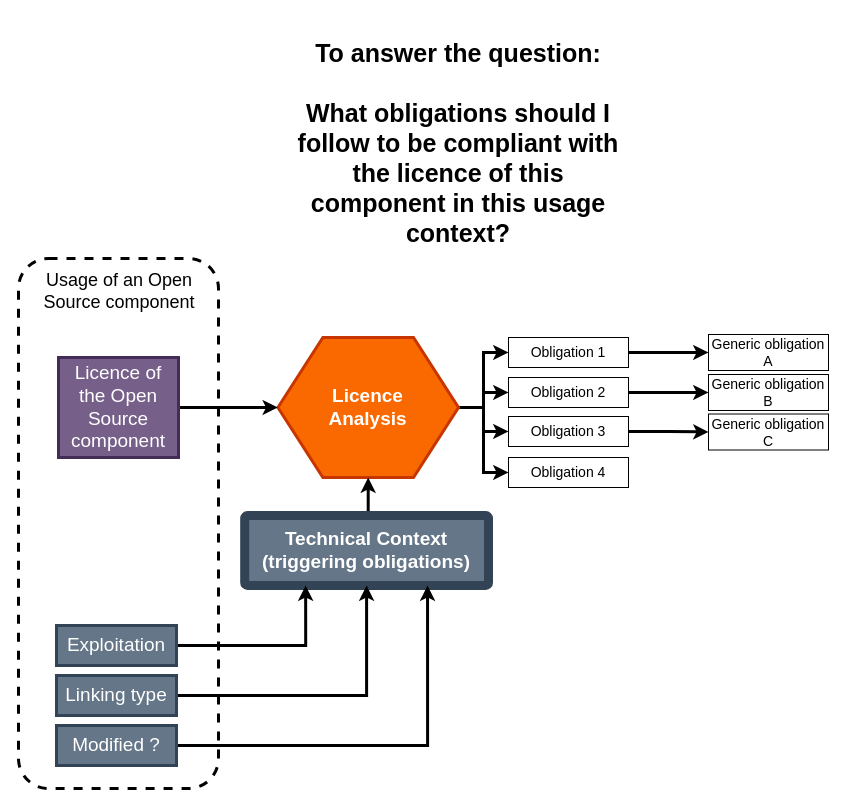
Above: page "Obligations" (2 of 2) of docs/source/img/Hermine_Schemas_fonctionnel.drawio in maxhbr/LDBcollector (draw.io), before the change. Source tidied: cells renumbered, new cells numbered last; positions are measured from the earlier drawing's top-left corner, leaving out a move shared by most shapes. Both pictures are drawn from the tidied source at 100%, with x=0, y=0 at pixel (18, 17).
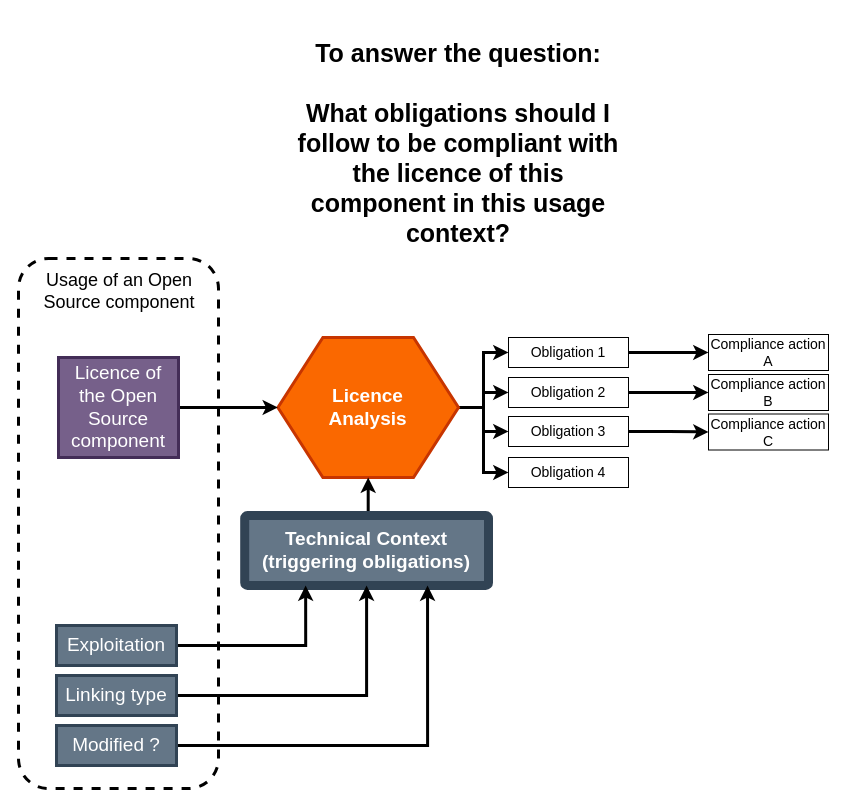
After the change.

Change to the diagram source:
```diff
@@
-    <mxCell id="26" value="Generic obligation A" style="whiteSpace=wrap;html=1;fontSize=14;fontFamily=Ubuntu;rounded=0;" parent="1" vertex="1">
+    <mxCell id="26" value="Compliance action A" style="whiteSpace=wrap;html=1;fontSize=14;fontFamily=Ubuntu;rounded=0;" parent="1" vertex="1">
       <mxGeometry x="690" y="317" width="120" height="36" as="geometry" />
     </mxCell>
-    <mxCell id="27" value="Generic obligation B" style="whiteSpace=wrap;html=1;fontSize=14;fontFamily=Ubuntu;rounded=0;" parent="1" vertex="1">
+    <mxCell id="27" value="Compliance action B" style="whiteSpace=wrap;html=1;fontSize=14;fontFamily=Ubuntu;rounded=0;" parent="1" vertex="1">
       <mxGeometry x="690" y="357" width="120" height="36" as="geometry" />
     </mxCell>
-    <mxCell id="28" value="Generic obligation C" style="whiteSpace=wrap;html=1;fontSize=14;fontFamily=Ubuntu;rounded=0;" parent="1" vertex="1">
+    <mxCell id="28" value="Compliance action C" style="whiteSpace=wrap;html=1;fontSize=14;fontFamily=Ubuntu;rounded=0;" parent="1" vertex="1">
       <mxGeometry x="690" y="396.5" width="120" height="36" as="geometry" />
     </mxCell>
```
